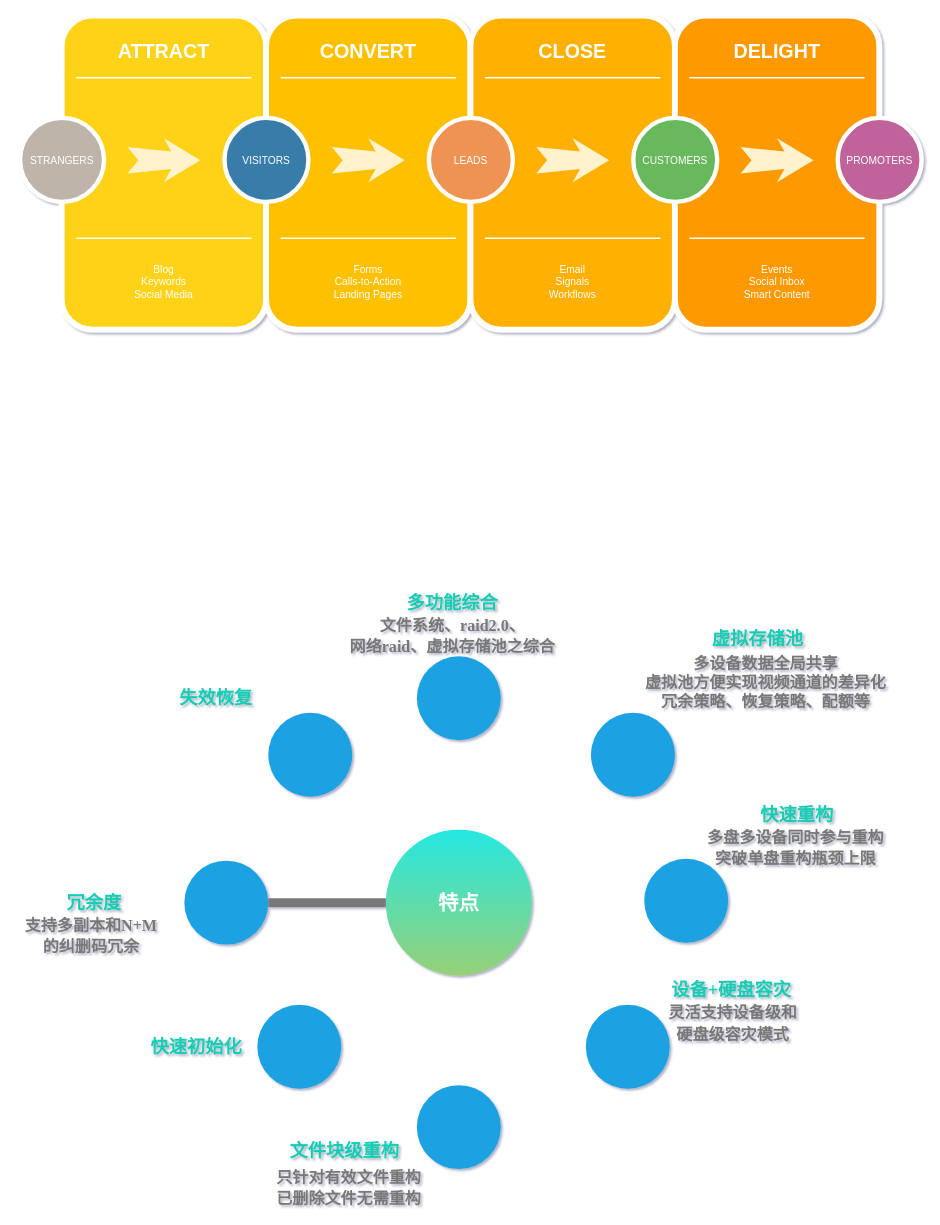
Above: Scheme.drawio in snowolfhawk/ceph-scripts (draw.io), before the change. Source tidied: cells renumbered, new cells numbered last; positions are measured from the earlier drawing's top-left corner, leaving out a move shared by most shapes. Both pictures are drawn from the tidied source at 73%, with x=0, y=0 at pixel (12, 15).
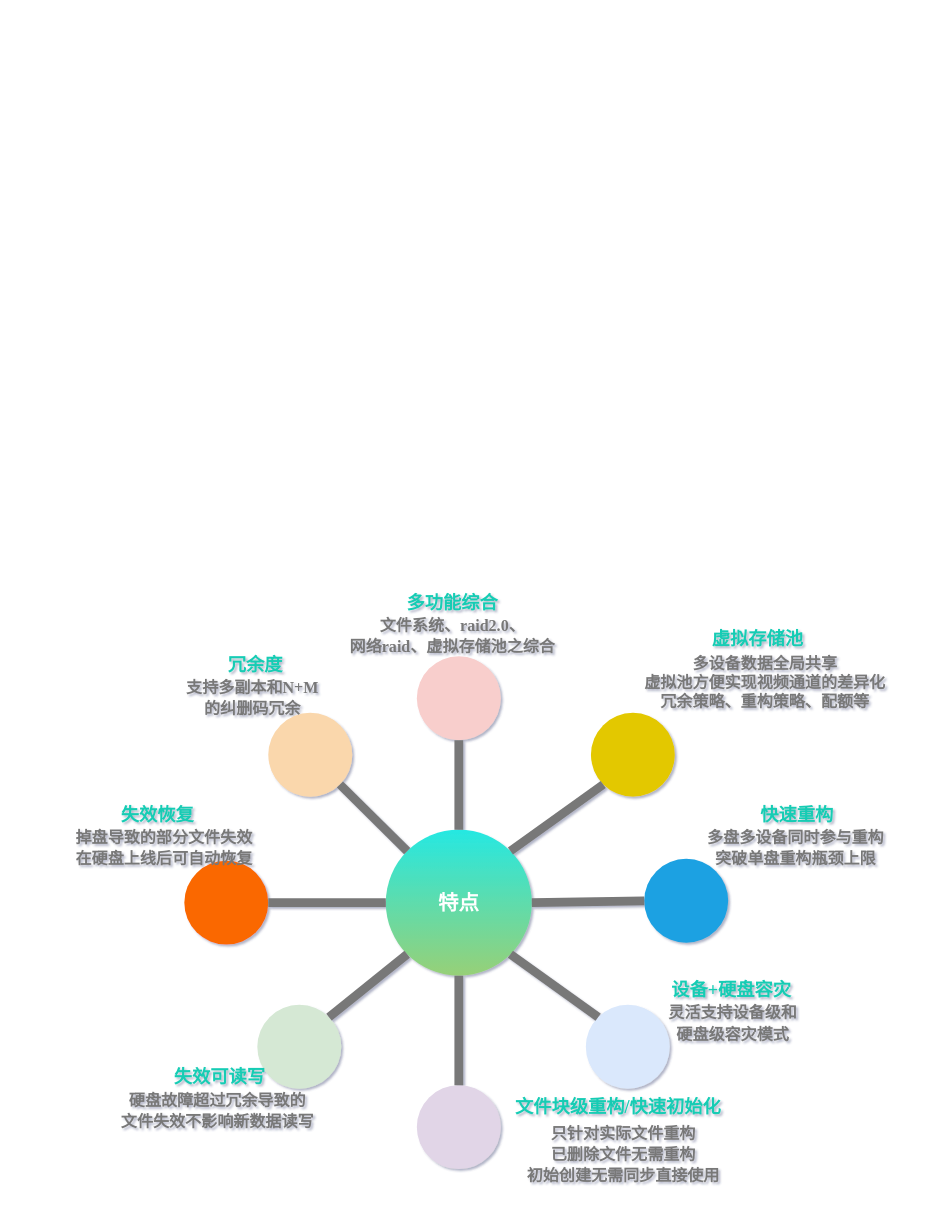
The same diagram, later.

Unchanged cells that the change refers to:
```xml
<mxCell id="31" value="&lt;font color=&quot;#ffffff&quot; size=&quot;1&quot;&gt;&lt;b style=&quot;font-size: 28px&quot;&gt;特点&lt;/b&gt;&lt;/font&gt;" style="ellipse;whiteSpace=wrap;html=1;rounded=0;shadow=0;strokeWidth=6;fontSize=14;align=center;fillColor=#25E8E2;strokeColor=none;gradientColor=#97d077;" parent="1" vertex="1">
  <mxGeometry x="511" y="1115" width="200" height="200" as="geometry" />
</mxCell>
<mxCell id="38" style="ellipse;whiteSpace=wrap;html=1;rounded=0;shadow=0;strokeWidth=6;fontSize=14;align=center;fillColor=#1ba1e2;strokeColor=none;fontColor=#ffffff;" parent="1" vertex="1">
  <mxGeometry x="865" y="1155" width="115" height="115" as="geometry" />
</mxCell>
```

Change to the diagram source:
```diff
@@
-<mxGraphModel background="#FFFFFF" shadow="1">
+<mxGraphModel background="#ffffff" shadow="1">
@@
-    <mxCell id="2" style="whiteSpace=wrap;html=1;rounded=1;shadow=0;strokeWidth=8;fontSize=20;align=center;fillColor=#FED217;strokeColor=#FFFFFF;" parent="1" vertex="1">
-      <mxGeometry x="67" width="280" height="430" as="geometry" />
-    </mxCell>
-    <mxCell id="3" value="ATTRACT" style="text;html=1;strokeColor=none;fillColor=none;align=center;verticalAlign=middle;whiteSpace=wrap;rounded=0;shadow=0;fontSize=27;fontColor=#FFFFFF;fontStyle=1;" parent="1" vertex="1">
-      <mxGeometry x="67" y="20" width="280" height="60" as="geometry" />
-    </mxCell>
-    <mxCell id="4" value="Blog&lt;div&gt;Keywords&lt;/div&gt;&lt;div&gt;Social Media&lt;/div&gt;" style="text;html=1;strokeColor=none;fillColor=none;align=center;verticalAlign=middle;whiteSpace=wrap;rounded=0;shadow=0;fontSize=14;fontColor=#FFFFFF;" parent="1" vertex="1">
-      <mxGeometry x="67" y="320" width="280" height="90" as="geometry" />
-    </mxCell>
-    <mxCell id="5" style="line;strokeWidth=2;html=1;rounded=0;shadow=0;fontSize=27;align=center;fillColor=none;strokeColor=#FFFFFF;" parent="1" vertex="1">
-      <mxGeometry x="87" y="80" width="240" height="10" as="geometry" />
-    </mxCell>
-    <mxCell id="6" style="line;strokeWidth=2;html=1;rounded=0;shadow=0;fontSize=27;align=center;fillColor=none;strokeColor=#FFFFFF;" parent="1" vertex="1">
-      <mxGeometry x="87" y="300" width="240" height="10" as="geometry" />
-    </mxCell>
-    <mxCell id="7" value="STRANGERS" style="ellipse;whiteSpace=wrap;html=1;rounded=0;shadow=0;strokeWidth=6;fontSize=14;align=center;fillColor=#BFB4A9;strokeColor=#FFFFFF;fontColor=#FFFFFF;" parent="1" vertex="1">
-      <mxGeometry x="10" y="140" width="115" height="115" as="geometry" />
-    </mxCell>
-    <mxCell id="8" style="html=1;shadow=0;dashed=0;align=center;verticalAlign=middle;shape=mxgraph.arrows2.stylisedArrow;dy=0.6;dx=40;notch=15;feather=0.4;rounded=0;strokeWidth=1;fontSize=27;strokeColor=none;fillColor=#fff2cc;" parent="1" vertex="1">
-      <mxGeometry x="157" y="168" width="100" height="60" as="geometry" />
-    </mxCell>
-    <mxCell id="9" style="whiteSpace=wrap;html=1;rounded=1;shadow=0;strokeWidth=8;fontSize=20;align=center;fillColor=#FFC001;strokeColor=#FFFFFF;" parent="1" vertex="1">
-      <mxGeometry x="347" width="280" height="430" as="geometry" />
-    </mxCell>
-    <mxCell id="10" value="CONVERT" style="text;html=1;strokeColor=none;fillColor=none;align=center;verticalAlign=middle;whiteSpace=wrap;rounded=0;shadow=0;fontSize=27;fontColor=#FFFFFF;fontStyle=1;" parent="1" vertex="1">
-      <mxGeometry x="347" y="20" width="280" height="60" as="geometry" />
-    </mxCell>
-    <mxCell id="11" value="Forms&lt;div&gt;Calls-to-Action&lt;/div&gt;&lt;div&gt;Landing Pages&lt;/div&gt;" style="text;html=1;strokeColor=none;fillColor=none;align=center;verticalAlign=middle;whiteSpace=wrap;rounded=0;shadow=0;fontSize=14;fontColor=#FFFFFF;" parent="1" vertex="1">
-      <mxGeometry x="347" y="320" width="280" height="90" as="geometry" />
-    </mxCell>
-    <mxCell id="12" style="line;strokeWidth=2;html=1;rounded=0;shadow=0;fontSize=27;align=center;fillColor=none;strokeColor=#FFFFFF;" parent="1" vertex="1">
-      <mxGeometry x="367" y="80" width="240" height="10" as="geometry" />
-    </mxCell>
-    <mxCell id="13" style="line;strokeWidth=2;html=1;rounded=0;shadow=0;fontSize=27;align=center;fillColor=none;strokeColor=#FFFFFF;" parent="1" vertex="1">
-      <mxGeometry x="367" y="300" width="240" height="10" as="geometry" />
-    </mxCell>
-    <mxCell id="14" value="VISITORS" style="ellipse;whiteSpace=wrap;html=1;rounded=0;shadow=0;strokeWidth=6;fontSize=14;align=center;fillColor=#397DAA;strokeColor=#FFFFFF;fontColor=#FFFFFF;" parent="1" vertex="1">
-      <mxGeometry x="290" y="140" width="115" height="115" as="geometry" />
-    </mxCell>
-    <mxCell id="15" style="html=1;shadow=0;dashed=0;align=center;verticalAlign=middle;shape=mxgraph.arrows2.stylisedArrow;dy=0.6;dx=40;notch=15;feather=0.4;rounded=0;strokeWidth=1;fontSize=27;strokeColor=none;fillColor=#fff2cc;" parent="1" vertex="1">
-      <mxGeometry x="437" y="168" width="100" height="60" as="geometry" />
-    </mxCell>
-    <mxCell id="16" style="whiteSpace=wrap;html=1;rounded=1;shadow=0;strokeWidth=8;fontSize=20;align=center;fillColor=#FFB001;strokeColor=#FFFFFF;" parent="1" vertex="1">
-      <mxGeometry x="627" width="280" height="430" as="geometry" />
-    </mxCell>
-    <mxCell id="17" value="CLOSE" style="text;html=1;strokeColor=none;fillColor=none;align=center;verticalAlign=middle;whiteSpace=wrap;rounded=0;shadow=0;fontSize=27;fontColor=#FFFFFF;fontStyle=1;" parent="1" vertex="1">
-      <mxGeometry x="627" y="20" width="280" height="60" as="geometry" />
-    </mxCell>
-    <mxCell id="18" value="Email&lt;div&gt;Signals&lt;/div&gt;&lt;div&gt;Workflows&lt;/div&gt;" style="text;html=1;strokeColor=none;fillColor=none;align=center;verticalAlign=middle;whiteSpace=wrap;rounded=0;shadow=0;fontSize=14;fontColor=#FFFFFF;" parent="1" vertex="1">
-      <mxGeometry x="627" y="320" width="280" height="90" as="geometry" />
-    </mxCell>
-    <mxCell id="19" style="line;strokeWidth=2;html=1;rounded=0;shadow=0;fontSize=27;align=center;fillColor=none;strokeColor=#FFFFFF;" parent="1" vertex="1">
-      <mxGeometry x="647" y="80" width="240" height="10" as="geometry" />
-    </mxCell>
-    <mxCell id="20" style="line;strokeWidth=2;html=1;rounded=0;shadow=0;fontSize=27;align=center;fillColor=none;strokeColor=#FFFFFF;" parent="1" vertex="1">
-      <mxGeometry x="647" y="300" width="240" height="10" as="geometry" />
-    </mxCell>
-    <mxCell id="21" value="LEADS" style="ellipse;whiteSpace=wrap;html=1;rounded=0;shadow=0;strokeWidth=6;fontSize=14;align=center;fillColor=#EF9353;strokeColor=#FFFFFF;fontColor=#FFFFFF;" parent="1" vertex="1">
-      <mxGeometry x="570" y="140" width="115" height="115" as="geometry" />
-    </mxCell>
-    <mxCell id="22" style="html=1;shadow=0;dashed=0;align=center;verticalAlign=middle;shape=mxgraph.arrows2.stylisedArrow;dy=0.6;dx=40;notch=15;feather=0.4;rounded=0;strokeWidth=1;fontSize=27;strokeColor=none;fillColor=#fff2cc;" parent="1" vertex="1">
-      <mxGeometry x="717" y="168" width="100" height="60" as="geometry" />
-    </mxCell>
-    <mxCell id="23" style="whiteSpace=wrap;html=1;rounded=1;shadow=0;strokeWidth=8;fontSize=20;align=center;fillColor=#FE9900;strokeColor=#FFFFFF;" parent="1" vertex="1">
-      <mxGeometry x="907" width="280" height="430" as="geometry" />
-    </mxCell>
-    <mxCell id="24" value="DELIGHT" style="text;html=1;strokeColor=none;fillColor=none;align=center;verticalAlign=middle;whiteSpace=wrap;rounded=0;shadow=0;fontSize=27;fontColor=#FFFFFF;fontStyle=1;" parent="1" vertex="1">
-      <mxGeometry x="907" y="20" width="280" height="60" as="geometry" />
-    </mxCell>
-    <mxCell id="25" value="Events&lt;div&gt;Social Inbox&lt;/div&gt;&lt;div&gt;Smart Content&lt;/div&gt;" style="text;html=1;strokeColor=none;fillColor=none;align=center;verticalAlign=middle;whiteSpace=wrap;rounded=0;shadow=0;fontSize=14;fontColor=#FFFFFF;" parent="1" vertex="1">
-      <mxGeometry x="907" y="320" width="280" height="90" as="geometry" />
-    </mxCell>
-    <mxCell id="26" style="line;strokeWidth=2;html=1;rounded=0;shadow=0;fontSize=27;align=center;fillColor=none;strokeColor=#FFFFFF;" parent="1" vertex="1">
-      <mxGeometry x="927" y="80" width="240" height="10" as="geometry" />
-    </mxCell>
-    <mxCell id="27" style="line;strokeWidth=2;html=1;rounded=0;shadow=0;fontSize=27;align=center;fillColor=none;strokeColor=#FFFFFF;" parent="1" vertex="1">
-      <mxGeometry x="927" y="300" width="240" height="10" as="geometry" />
-    </mxCell>
-    <mxCell id="28" value="CUSTOMERS" style="ellipse;whiteSpace=wrap;html=1;rounded=0;shadow=0;strokeWidth=6;fontSize=14;align=center;fillColor=#68B85C;strokeColor=#FFFFFF;fontColor=#FFFFFF;" parent="1" vertex="1">
-      <mxGeometry x="850" y="140" width="115" height="115" as="geometry" />
-    </mxCell>
-    <mxCell id="29" style="html=1;shadow=0;dashed=0;align=center;verticalAlign=middle;shape=mxgraph.arrows2.stylisedArrow;dy=0.6;dx=40;notch=15;feather=0.4;rounded=0;strokeWidth=1;fontSize=27;strokeColor=none;fillColor=#fff2cc;" parent="1" vertex="1">
-      <mxGeometry x="997" y="168" width="100" height="60" as="geometry" />
-    </mxCell>
-    <mxCell id="30" value="PROMOTERS" style="ellipse;whiteSpace=wrap;html=1;rounded=0;shadow=0;strokeWidth=6;fontSize=14;align=center;fillColor=#BF639A;strokeColor=#FFFFFF;fontColor=#FFFFFF;" parent="1" vertex="1">
-      <mxGeometry x="1130" y="140" width="115" height="115" as="geometry" />
-    </mxCell>
@@
-    <mxCell id="32" style="ellipse;whiteSpace=wrap;html=1;rounded=0;shadow=0;strokeWidth=6;fontSize=14;align=center;fillColor=#1ba1e2;strokeColor=none;fontColor=#ffffff;" parent="1" vertex="1">
+    <mxCell id="32" style="ellipse;whiteSpace=wrap;html=1;rounded=0;shadow=0;strokeWidth=6;fontSize=14;align=center;fillColor=#fa6800;strokeColor=none;fontColor=#000000;" parent="1" vertex="1">
       <mxGeometry x="235" y="1157.5" width="115" height="115" as="geometry" />
     </mxCell>
     <mxCell id="33" value="&lt;font style=&quot;font-size: 25px&quot; face=&quot;Times New Roman&quot; color=&quot;#14ccb4&quot;&gt;冗余度&lt;/font&gt;" style="text;strokeColor=none;fillColor=none;html=1;fontSize=24;fontStyle=1;verticalAlign=middle;align=center;" parent="1" vertex="1">
-      <mxGeometry x="61" y="1195" width="100" height="40" as="geometry" />
+      <mxGeometry x="282" y="869" width="100" height="40" as="geometry" />
     </mxCell>
@@
-    <mxCell id="35" style="ellipse;whiteSpace=wrap;html=1;rounded=0;shadow=0;strokeWidth=6;fontSize=14;align=center;fillColor=#1ba1e2;strokeColor=none;fontColor=#ffffff;" parent="1" vertex="1">
+    <mxCell id="35" style="ellipse;whiteSpace=wrap;html=1;rounded=0;shadow=0;strokeWidth=6;fontSize=14;align=center;fillColor=#d5e8d4;strokeColor=none;" parent="1" vertex="1">
       <mxGeometry x="335" y="1355" width="115" height="115" as="geometry" />
     </mxCell>
-    <mxCell id="36" style="ellipse;whiteSpace=wrap;html=1;rounded=0;shadow=0;strokeWidth=6;fontSize=14;align=center;fillColor=#1ba1e2;strokeColor=none;fontColor=#ffffff;" parent="1" vertex="1">
+    <mxCell id="36" style="ellipse;whiteSpace=wrap;html=1;rounded=0;shadow=0;strokeWidth=6;fontSize=14;align=center;fillColor=#e1d5e7;strokeColor=none;" parent="1" vertex="1">
       <mxGeometry x="553.5" y="1465" width="115" height="115" as="geometry" />
     </mxCell>
-    <mxCell id="37" style="ellipse;whiteSpace=wrap;html=1;rounded=0;shadow=0;strokeWidth=6;fontSize=14;align=center;fillColor=#1ba1e2;strokeColor=none;fontColor=#ffffff;" parent="1" vertex="1">
+    <mxCell id="37" style="ellipse;whiteSpace=wrap;html=1;rounded=0;shadow=0;strokeWidth=6;fontSize=14;align=center;fillColor=#dae8fc;strokeColor=none;" parent="1" vertex="1">
       <mxGeometry x="785" y="1355" width="115" height="115" as="geometry" />
     </mxCell>
@@
-    <mxCell id="39" value="&lt;font color=&quot;#14ccb4&quot; face=&quot;Times New Roman&quot;&gt;&lt;span style=&quot;font-size: 25px&quot;&gt;快速初始化&lt;/span&gt;&lt;/font&gt;" style="text;strokeColor=none;fillColor=none;html=1;fontSize=24;fontStyle=1;verticalAlign=middle;align=center;" parent="1" vertex="1">
-      <mxGeometry x="201" y="1392.5" width="100" height="40" as="geometry" />
+    <mxCell id="39" value="&lt;font color=&quot;#14ccb4&quot; face=&quot;Times New Roman&quot;&gt;&lt;span style=&quot;font-size: 25px&quot;&gt;失效可读写&lt;/span&gt;&lt;/font&gt;" style="text;strokeColor=none;fillColor=none;html=1;fontSize=24;fontStyle=1;verticalAlign=middle;align=center;" parent="1" vertex="1">
+      <mxGeometry x="231" y="1434" width="104" height="40" as="geometry" />
     </mxCell>
-    <mxCell id="40" value="&lt;font color=&quot;#14ccb4&quot; face=&quot;Times New Roman&quot;&gt;&lt;span style=&quot;font-size: 25px&quot;&gt;文件块级重构&lt;/span&gt;&lt;/font&gt;" style="text;strokeColor=none;fillColor=none;html=1;fontSize=24;fontStyle=1;verticalAlign=middle;align=center;" parent="1" vertex="1">
-      <mxGeometry x="377" y="1535" width="154" height="40" as="geometry" />
+    <mxCell id="40" value="&lt;font color=&quot;#14ccb4&quot; face=&quot;Times New Roman&quot;&gt;&lt;span style=&quot;font-size: 25px&quot;&gt;文件块级重构/快速初始化&lt;/span&gt;&lt;/font&gt;" style="text;strokeColor=none;fillColor=none;html=1;fontSize=24;fontStyle=1;verticalAlign=middle;align=center;" parent="1" vertex="1">
+      <mxGeometry x="683" y="1475" width="291" height="40" as="geometry" />
     </mxCell>
@@
-    <mxCell id="42" value="&lt;font color=&quot;#787878&quot; style=&quot;font-size: 22px&quot;&gt;只针对有效文件重构&lt;br&gt;已删除文件无需重构&lt;/font&gt;" style="text;strokeColor=none;fillColor=none;html=1;fontSize=24;fontStyle=1;verticalAlign=middle;align=center;shadow=0;fontFamily=Times New Roman;fontColor=#14CCB4;" parent="1" vertex="1">
-      <mxGeometry x="335" y="1585" width="250" height="40" as="geometry" />
+    <mxCell id="42" value="&lt;font color=&quot;#787878&quot; style=&quot;font-size: 22px&quot;&gt;只针对实际文件重构&lt;br&gt;已删除文件无需重构&lt;br&gt;&lt;/font&gt;&lt;span style=&quot;color: rgb(120 , 120 , 120) ; font-size: 22px&quot;&gt;初始创建无需同步直接使用&lt;/span&gt;&lt;font color=&quot;#787878&quot; style=&quot;font-size: 22px&quot;&gt;&lt;br&gt;&lt;/font&gt;" style="text;strokeColor=none;fillColor=none;html=1;fontSize=24;fontStyle=1;verticalAlign=middle;align=center;shadow=0;fontFamily=Times New Roman;fontColor=#14CCB4;" parent="1" vertex="1">
+      <mxGeometry x="701" y="1515" width="270" height="90" as="geometry" />
     </mxCell>
@@
-    <mxCell id="44" style="ellipse;whiteSpace=wrap;html=1;rounded=0;shadow=0;strokeWidth=6;fontSize=14;align=center;fillColor=#1ba1e2;strokeColor=none;fontColor=#ffffff;" parent="1" vertex="1">
+    <mxCell id="44" style="ellipse;whiteSpace=wrap;html=1;rounded=0;shadow=0;strokeWidth=6;fontSize=14;align=center;fillColor=#e3c800;strokeColor=none;fontColor=#000000;gradientColor=none;" parent="1" vertex="1">
       <mxGeometry x="792" y="955" width="115" height="115" as="geometry" />
     </mxCell>
@@
-    <mxCell id="46" value="&lt;font color=&quot;#787878&quot; style=&quot;font-size: 22px&quot;&gt;多设备数据全局共享&lt;br style=&quot;font-size: 22px&quot;&gt;虚拟池方便实现视频通道的差异化&lt;br&gt;冗余策略、恢复策略、配额等&lt;br style=&quot;font-size: 22px&quot;&gt;&lt;/font&gt;" style="text;strokeColor=none;fillColor=none;html=1;fontSize=22;fontStyle=1;verticalAlign=middle;align=center;shadow=0;fontFamily=Times New Roman;fontColor=#14CCB4;" parent="1" vertex="1">
-      <mxGeometry x="871" y="874" width="320" height="80" as="geometry" />
+    <mxCell id="46" value="&lt;font color=&quot;#787878&quot; style=&quot;font-size: 22px&quot;&gt;多设备数据全局共享&lt;br style=&quot;font-size: 22px&quot;&gt;虚拟池方便实现视频通道的差异化&lt;br&gt;冗余策略、重构策略、配额等&lt;br style=&quot;font-size: 22px&quot;&gt;&lt;/font&gt;" style="text;strokeColor=none;fillColor=none;html=1;fontSize=22;fontStyle=1;verticalAlign=middle;align=center;shadow=0;fontFamily=Times New Roman;fontColor=#14CCB4;" parent="1" vertex="1">
+      <mxGeometry x="870" y="874" width="320" height="80" as="geometry" />
     </mxCell>
-    <mxCell id="47" style="ellipse;whiteSpace=wrap;html=1;rounded=0;shadow=0;strokeWidth=6;fontSize=14;align=center;fillColor=#1ba1e2;strokeColor=none;fontColor=#ffffff;" parent="1" vertex="1">
+    <mxCell id="47" style="ellipse;whiteSpace=wrap;html=1;rounded=0;shadow=0;strokeWidth=6;fontSize=14;align=center;fillColor=#fad7ac;strokeColor=none;gradientColor=none;" parent="1" vertex="1">
       <mxGeometry x="350" y="955" width="115" height="115" as="geometry" />
     </mxCell>
     <mxCell id="48" value="&lt;font color=&quot;#14ccb4&quot; face=&quot;Times New Roman&quot;&gt;&lt;span style=&quot;font-size: 25px&quot;&gt;失效恢复&lt;/span&gt;&lt;/font&gt;" style="text;strokeColor=none;fillColor=none;html=1;fontSize=24;fontStyle=1;verticalAlign=middle;align=center;" parent="1" vertex="1">
-      <mxGeometry x="201" y="915" width="154" height="40" as="geometry" />
+      <mxGeometry x="121" y="1075" width="154" height="40" as="geometry" />
     </mxCell>
@@
-    <mxCell id="50" style="ellipse;whiteSpace=wrap;html=1;rounded=0;shadow=0;strokeWidth=6;fontSize=14;align=center;fillColor=#1ba1e2;strokeColor=none;fontColor=#ffffff;" parent="1" vertex="1">
+    <mxCell id="50" style="ellipse;whiteSpace=wrap;html=1;rounded=0;shadow=0;strokeWidth=6;fontSize=14;align=center;fillColor=#f8cecc;strokeColor=none;" parent="1" vertex="1">
       <mxGeometry x="553.5" y="877.5" width="115" height="115" as="geometry" />
     </mxCell>
@@
     <mxCell id="53" value="&lt;font color=&quot;#787878&quot; style=&quot;font-size: 22px&quot;&gt;支持多副本和N+M&lt;br&gt;的纠删码冗余&lt;br&gt;&lt;/font&gt;" style="text;strokeColor=none;fillColor=none;html=1;fontSize=24;fontStyle=1;verticalAlign=middle;align=center;shadow=0;fontFamily=Times New Roman;fontColor=#14CCB4;" parent="1" vertex="1">
-      <mxGeometry y="1235" width="214" height="50" as="geometry" />
+      <mxGeometry x="221" y="909" width="214" height="50" as="geometry" />
     </mxCell>
@@
+    <mxCell id="55" style="endArrow=none;html=1;rounded=0;fontFamily=Times New Roman;fontSize=22;fontColor=#787878;strokeColor=#787878;strokeWidth=12;entryX=1;entryY=1;entryDx=0;entryDy=0;exitX=0;exitY=0;exitDx=0;exitDy=0;" parent="1" edge="1" source="31" target="47">
+      <mxGeometry relative="1" as="geometry" />
+    </mxCell>
+    <mxCell id="56" style="endArrow=none;html=1;rounded=0;fontFamily=Times New Roman;fontSize=22;fontColor=#787878;strokeColor=#787878;strokeWidth=12;entryX=0.5;entryY=1;entryDx=0;entryDy=0;exitX=0.5;exitY=0;exitDx=0;exitDy=0;" parent="1" edge="1" source="31" target="50">
+      <mxGeometry relative="1" as="geometry" />
+    </mxCell>
+    <mxCell id="57" style="endArrow=none;html=1;rounded=0;fontFamily=Times New Roman;fontSize=22;fontColor=#787878;strokeColor=#787878;strokeWidth=12;entryX=0;entryY=1;entryDx=0;entryDy=0;exitX=1;exitY=0;exitDx=0;exitDy=0;" parent="1" edge="1" source="31" target="44">
+      <mxGeometry relative="1" as="geometry" />
+    </mxCell>
+    <mxCell id="58" style="endArrow=none;html=1;rounded=0;fontFamily=Times New Roman;fontSize=22;fontColor=#787878;strokeColor=#787878;strokeWidth=12;exitX=1;exitY=0.5;exitDx=0;exitDy=0;entryX=0;entryY=0.5;entryDx=0;entryDy=0;" parent="1" edge="1" source="31" target="38">
+      <mxGeometry relative="1" as="geometry" />
+    </mxCell>
+    <mxCell id="59" style="endArrow=none;html=1;rounded=0;fontFamily=Times New Roman;fontSize=22;fontColor=#787878;strokeColor=#787878;strokeWidth=12;entryX=0;entryY=0;entryDx=0;entryDy=0;exitX=1;exitY=1;exitDx=0;exitDy=0;" parent="1" edge="1" source="31" target="37">
+      <mxGeometry relative="1" as="geometry" />
+    </mxCell>
+    <mxCell id="60" style="endArrow=none;html=1;rounded=0;fontFamily=Times New Roman;fontSize=22;fontColor=#787878;strokeColor=#787878;strokeWidth=12;entryX=0.5;entryY=1;entryDx=0;entryDy=0;exitX=0.5;exitY=0;exitDx=0;exitDy=0;" parent="1" edge="1" source="36" target="31">
+      <mxGeometry relative="1" as="geometry" />
+    </mxCell>
+    <mxCell id="61" style="endArrow=none;html=1;rounded=0;fontFamily=Times New Roman;fontSize=22;fontColor=#787878;strokeColor=#787878;strokeWidth=12;entryX=0;entryY=1;entryDx=0;entryDy=0;exitX=1;exitY=0;exitDx=0;exitDy=0;" parent="1" edge="1" source="35" target="31">
+      <mxGeometry relative="1" as="geometry" />
+    </mxCell>
+    <mxCell id="62" value="&lt;font color=&quot;#787878&quot; style=&quot;font-size: 22px&quot;&gt;硬盘故障超过冗余导致的&lt;br&gt;文件失效不影响新数据读写&lt;br&gt;&lt;/font&gt;" style="text;strokeColor=none;fillColor=none;html=1;fontSize=24;fontStyle=1;verticalAlign=middle;align=center;shadow=0;fontFamily=Times New Roman;fontColor=#14CCB4;" parent="1" vertex="1">
+      <mxGeometry x="150" y="1475" width="260" height="50" as="geometry" />
+    </mxCell>
+    <mxCell id="63" value="&lt;font color=&quot;#787878&quot; style=&quot;font-size: 22px&quot;&gt;掉盘导致的部分文件失效&lt;br&gt;在硬盘上线后可自动恢复&lt;br&gt;&lt;/font&gt;" style="text;strokeColor=none;fillColor=none;html=1;fontSize=24;fontStyle=1;verticalAlign=middle;align=center;shadow=0;fontFamily=Times New Roman;fontColor=#14CCB4;" parent="1" vertex="1">
+      <mxGeometry x="100" y="1115" width="214" height="50" as="geometry" />
+    </mxCell>
```
